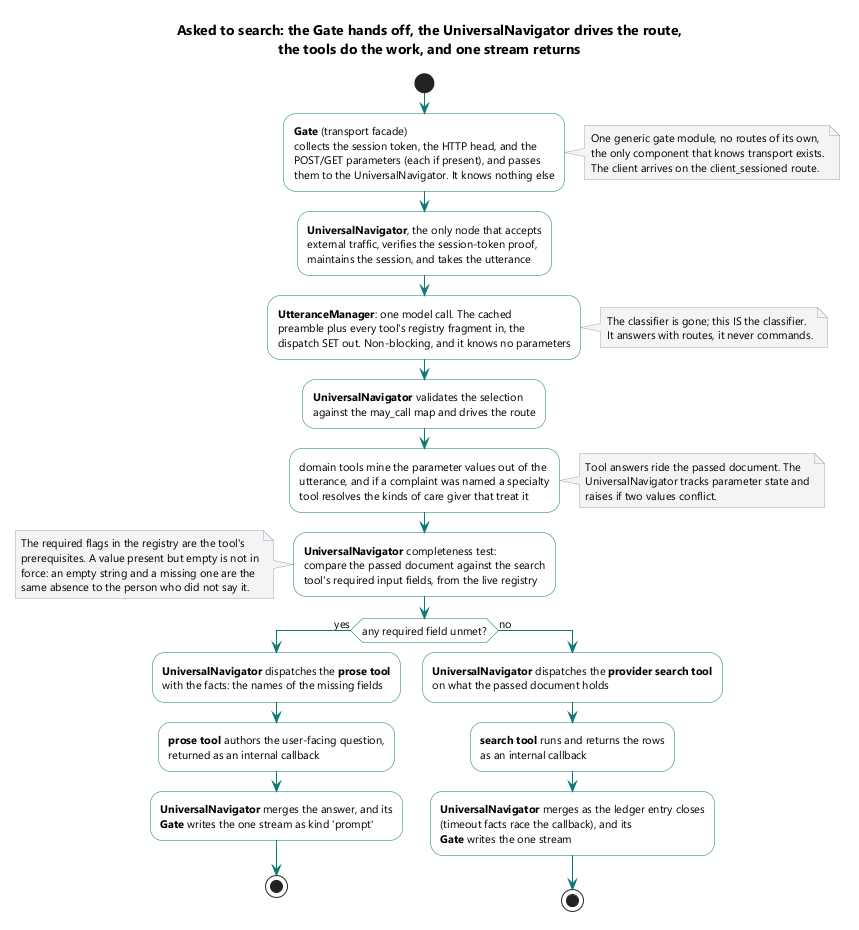
This is brain/machine_artifacts/diagramsAndImages/rendered/ss_parameter_resolution.png from SkipSnow/ChatHealthyRepo, a PlantUML export, as it was before one commit.
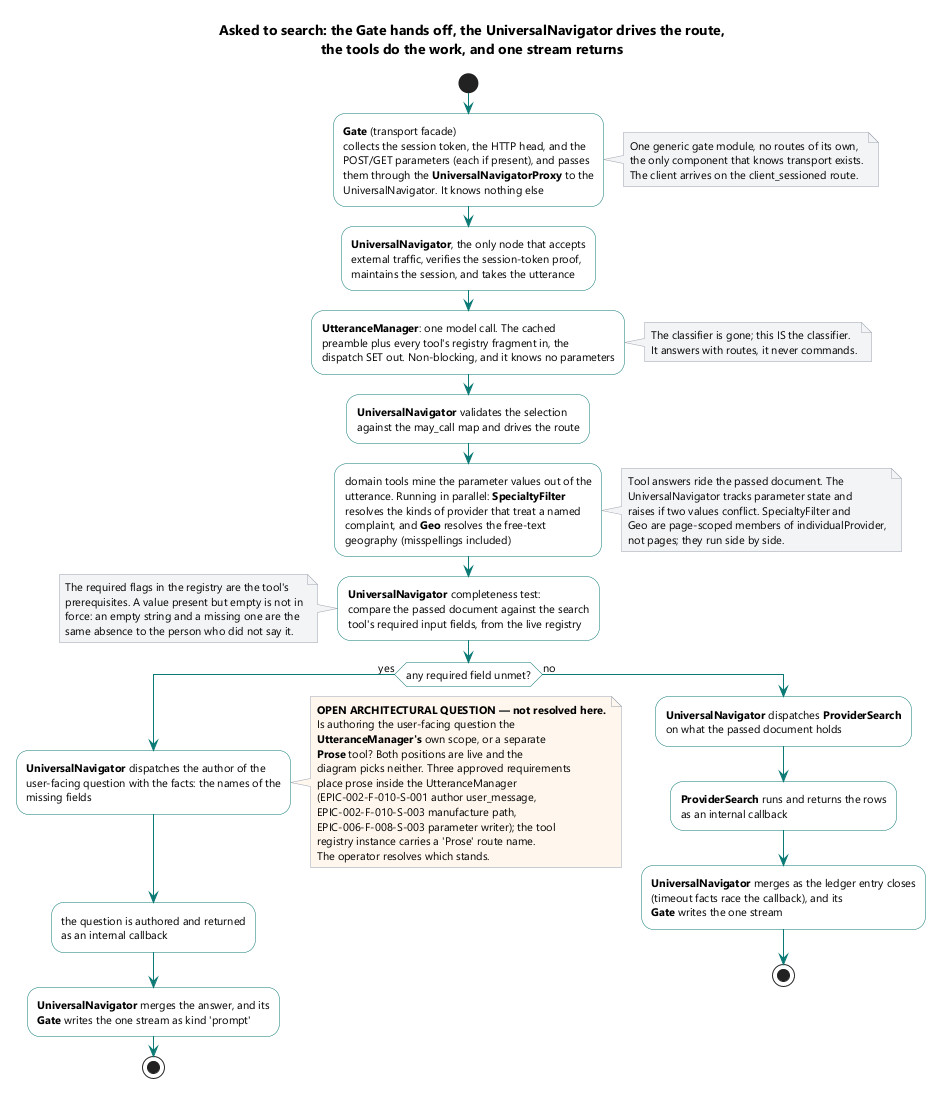
Above is the later version.

Change to the diagram source:
```diff
@@ -19,7 +19,8 @@
 :**Gate** (transport facade)
 collects the session token, the HTTP head, and the
 POST/GET parameters (each if present), and passes
-them to the UniversalNavigator. It knows nothing else;
+them through the **UniversalNavigatorProxy** to the
+UniversalNavigator. It knows nothing else;
 note right #f3f4f6
   One generic gate module, no routes of its own,
   the only component that knows transport exists.
@@ -42,12 +43,16 @@
 against the may_call map and drives the route;
 
 :domain tools mine the parameter values out of the
-utterance, and if a complaint was named a specialty
-tool resolves the kinds of care giver that treat it;
+utterance. Running in parallel: **SpecialtyFilter**
+resolves the kinds of provider that treat a named
+complaint, and **Geo** resolves the free-text
+geography (misspellings included);
 note right #f3f4f6
   Tool answers ride the passed document. The
   UniversalNavigator tracks parameter state and
-  raises if two values conflict.
+  raises if two values conflict. SpecialtyFilter and
+  Geo are page-scoped members of individualProvider,
+  not pages; they run side by side.
 end note
 
 :**UniversalNavigator** completeness test:
@@ -61,17 +66,31 @@
 end note
 
 if (any required field unmet?) then (yes)
-  :**UniversalNavigator** dispatches the **prose tool**
-  with the facts: the names of the missing fields;
-  :**prose tool** authors the user-facing question,
-  returned as an internal callback;
+  :**UniversalNavigator** dispatches the author of the
+  user-facing question with the facts: the names of the
+  missing fields;
+  note right #fff7ed
+    **OPEN ARCHITECTURAL QUESTION — not resolved here.**
+    Is authoring the user-facing question the
+    **UtteranceManager's** own scope, or a separate
+    **Prose** tool? Both positions are live and the
+    diagram picks neither. Three approved requirements
+    place prose inside the UtteranceManager
+    (EPIC-002-F-010-S-001 author user_message,
+    EPIC-002-F-010-S-003 manufacture path,
+    EPIC-006-F-008-S-003 parameter writer); the tool
+    registry instance carries a 'Prose' route name.
+    The operator resolves which stands.
+  end note
+  :the question is authored and returned
+  as an internal callback;
   :**UniversalNavigator** merges the answer, and its
   **Gate** writes the one stream as kind 'prompt';
   stop
 else (no)
-  :**UniversalNavigator** dispatches the **provider search tool**
+  :**UniversalNavigator** dispatches **ProviderSearch**
   on what the passed document holds;
-  :**search tool** runs and returns the rows
+  :**ProviderSearch** runs and returns the rows
   as an internal callback;
   :**UniversalNavigator** merges as the ledger entry closes
   (timeout facts race the callback), and its
```
